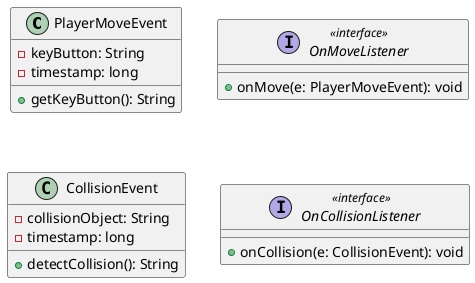
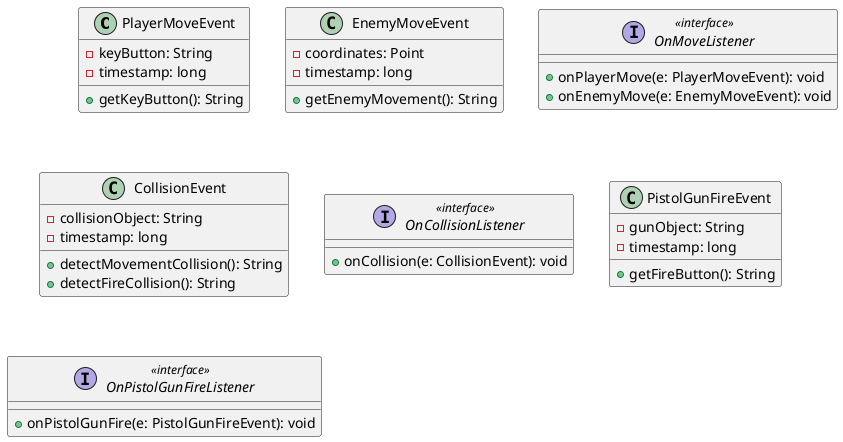
@startuml space-spiel-events
/'
events.puml: Space spiel UML class diagram for events.
Copyright (C) 2026  Vladyslav Tupikin
Contact: vladtupikin7@gmail.com

This program is free software: you can redistribute it and/or modify
it under the terms of the GNU General Public License as published by
the Free Software Foundation, either version 3 of the License, or
(at your option) any later version.

This program is distributed in the hope that it will be useful,
but WITHOUT ANY WARRANTY; without even the implied warranty of
MERCHANTABILITY or FITNESS FOR A PARTICULAR PURPOSE.  See the
GNU General Public License for more details.

You should have received a copy of the GNU General Public License
along with this program.  If not, see <https://www.gnu.org/licenses/>.
'/

class PlayerMoveEvent {
    - keyButton: String
    - timestamp: long
    + getKeyButton(): String
}

+ class EnemyMoveEvent {
+     - coordinates: Point
+     - timestamp: long
+     + getEnemyMovement(): String
+ }
+ 
interface OnMoveListener <<interface>> {
-     + onMove(e: PlayerMoveEvent): void
+     + onPlayerMove(e: PlayerMoveEvent): void
+     + onEnemyMove(e: EnemyMoveEvent): void
}

class CollisionEvent {
    - collisionObject: String
    - timestamp: long
-     + detectCollision(): String
+     + detectMovementCollision(): String
+     + detectFireCollision(): String
}

interface OnCollisionListener <<interface>> {
    + onCollision(e: CollisionEvent): void
}

+ class PistolGunFireEvent {
+     - gunObject: String
+     - timestamp: long
+     + getFireButton(): String
+ }
+ 
+ interface OnPistolGunFireListener <<interface>> {
+     + onPistolGunFire(e: PistolGunFireEvent): void
+ }
+ 
+ 
@enduml
